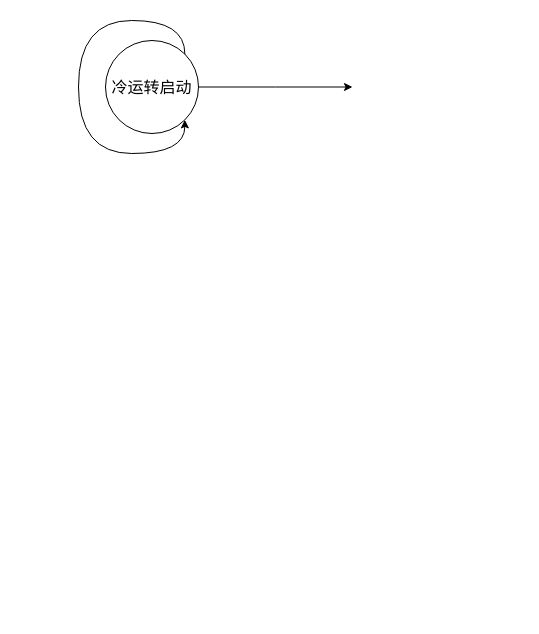
Earlier version of the draw.io diagram 状态转换.drawio (nianqingdeguowang/python). Source tidied: cells renumbered, new cells numbered last; positions are measured from the earlier drawing's top-left corner, leaving out a move shared by most shapes. Both pictures are drawn from the tidied source at 100%, with x=0, y=0 at pixel (78, 20).
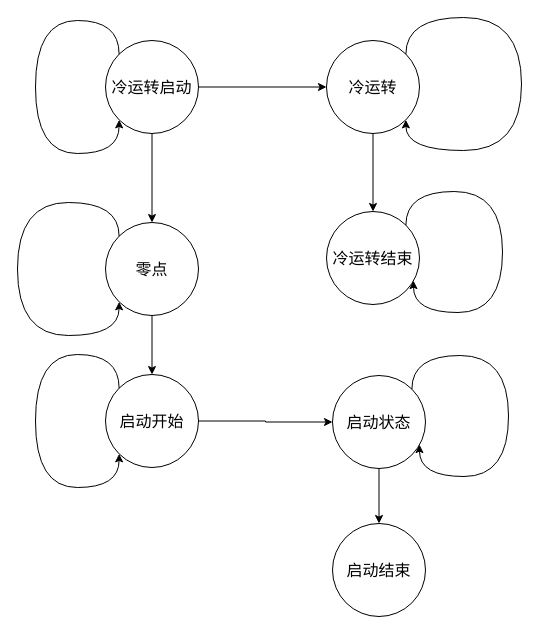
After the change.

Commit message:
更新状态转换.drawio

Unchanged cells that the change refers to:
```xml
<mxCell id="3" value="&lt;font style=&quot;font-size: 16px;&quot;&gt;冷运转启动&lt;/font&gt;" style="ellipse;whiteSpace=wrap;html=1;" parent="1" vertex="1">
  <mxGeometry x="27" y="20" width="93" height="93" as="geometry" />
</mxCell>
```

Diff of the diagram source:
```diff
@@
-    <mxCell id="2" style="edgeStyle=orthogonalEdgeStyle;rounded=0;jettySize=auto;html=1;exitX=1;exitY=0.5;exitDx=0;exitDy=0;" parent="1" edge="1" source="3">
-      <mxGeometry relative="1" as="geometry">
-        <mxPoint x="274" y="66.5" as="targetPoint" />
-      </mxGeometry>
+    <mxCell id="2" style="edgeStyle=orthogonalEdgeStyle;rounded=0;jettySize=auto;html=1;exitX=1;exitY=0.5;exitDx=0;exitDy=0;entryX=0;entryY=0.5;entryDx=0;entryDy=0;" parent="1" edge="1" source="3" target="6">
+      <mxGeometry relative="1" as="geometry" />
     </mxCell>
@@
+    <mxCell id="5" style="edgeStyle=orthogonalEdgeStyle;rounded=0;jettySize=auto;html=1;exitX=0.5;exitY=1;exitDx=0;exitDy=0;" parent="1" edge="1" source="6" target="8">
+      <mxGeometry relative="1" as="geometry" />
+    </mxCell>
+    <mxCell id="6" value="&lt;font style=&quot;font-size: 16px;&quot;&gt;冷运转&lt;/font&gt;" style="ellipse;whiteSpace=wrap;html=1;" parent="1" vertex="1">
+      <mxGeometry x="248" y="20" width="93" height="93" as="geometry" />
+    </mxCell>
+    <mxCell id="7" style="edgeStyle=orthogonalEdgeStyle;rounded=0;orthogonalLoop=1;jettySize=auto;html=1;exitX=1;exitY=0;exitDx=0;exitDy=0;entryX=1;entryY=1;entryDx=0;entryDy=0;curved=1;" parent="1" edge="1" source="6" target="6">
+      <mxGeometry relative="1" as="geometry">
+        <Array as="points">
+          <mxPoint x="327" y="-3" />
+          <mxPoint x="443" y="-3" />
+          <mxPoint x="443" y="130" />
+          <mxPoint x="327" y="130" />
+        </Array>
+      </mxGeometry>
+    </mxCell>
+    <mxCell id="8" value="&lt;font style=&quot;font-size: 16px;&quot;&gt;冷运转结束&lt;/font&gt;" style="ellipse;whiteSpace=wrap;html=1;" parent="1" vertex="1">
+      <mxGeometry x="248" y="191" width="93" height="93" as="geometry" />
+    </mxCell>
+    <mxCell id="9" style="edgeStyle=orthogonalEdgeStyle;rounded=0;orthogonalLoop=1;jettySize=auto;html=1;exitX=1;exitY=0;exitDx=0;exitDy=0;entryX=0.935;entryY=0.743;entryDx=0;entryDy=0;curved=1;entryPerimeter=0;" parent="1" edge="1" source="8" target="8">
+      <mxGeometry relative="1" as="geometry">
+        <Array as="points">
+          <mxPoint x="327" y="171" />
+          <mxPoint x="424" y="171" />
+          <mxPoint x="424" y="292" />
+          <mxPoint x="335" y="292" />
+        </Array>
+      </mxGeometry>
+    </mxCell>
+    <mxCell id="10" style="edgeStyle=orthogonalEdgeStyle;rounded=0;jettySize=auto;html=1;exitX=0.5;exitY=0;exitDx=0;exitDy=0;entryX=0.5;entryY=1;entryDx=0;entryDy=0;endArrow=none;endFill=0;startArrow=classic;startFill=1;" parent="1" edge="1" source="12" target="3">
+      <mxGeometry relative="1" as="geometry" />
+    </mxCell>
+    <mxCell id="11" style="edgeStyle=orthogonalEdgeStyle;rounded=0;jettySize=auto;html=1;exitX=0.5;exitY=1;exitDx=0;exitDy=0;" parent="1" edge="1" source="12" target="14">
+      <mxGeometry relative="1" as="geometry" />
+    </mxCell>
+    <mxCell id="12" value="&lt;font style=&quot;font-size: 16px;&quot;&gt;零点&lt;/font&gt;" style="ellipse;whiteSpace=wrap;html=1;" parent="1" vertex="1">
+      <mxGeometry x="27" y="202" width="93" height="93" as="geometry" />
+    </mxCell>
-    <mxCell id="4" style="edgeStyle=orthogonalEdgeStyle;rounded=0;orthogonalLoop=1;jettySize=auto;html=1;exitX=1;exitY=0;exitDx=0;exitDy=0;entryX=1;entryY=1;entryDx=0;entryDy=0;curved=1;" parent="1" edge="1" source="3" target="3">
+    <mxCell id="4" style="edgeStyle=orthogonalEdgeStyle;rounded=0;orthogonalLoop=1;jettySize=auto;html=1;exitX=0;exitY=0;exitDx=0;exitDy=0;entryX=0;entryY=1;entryDx=0;entryDy=0;curved=1;" parent="1" edge="1" source="3" target="3">
       <mxGeometry relative="1" as="geometry">
         <Array as="points">
-          <mxPoint x="106" />
-          <mxPoint />
-          <mxPoint y="133" />
-          <mxPoint x="106" y="133" />
+          <mxPoint x="41" />
+          <mxPoint x="-43" />
+          <mxPoint x="-43" y="133" />
+          <mxPoint x="41" y="133" />
         </Array>
       </mxGeometry>
     </mxCell>
+    <mxCell id="13" style="edgeStyle=orthogonalEdgeStyle;rounded=0;jettySize=auto;html=1;exitX=1;exitY=0.5;exitDx=0;exitDy=0;entryX=0;entryY=0.5;entryDx=0;entryDy=0;" parent="1" edge="1" source="14" target="18">
+      <mxGeometry relative="1" as="geometry" />
+    </mxCell>
+    <mxCell id="14" value="&lt;font style=&quot;font-size: 16px;&quot;&gt;启动开始&lt;/font&gt;" style="ellipse;whiteSpace=wrap;html=1;" parent="1" vertex="1">
+      <mxGeometry x="27" y="354" width="93" height="93" as="geometry" />
+    </mxCell>
+    <mxCell id="15" style="edgeStyle=orthogonalEdgeStyle;rounded=0;orthogonalLoop=1;jettySize=auto;html=1;exitX=0;exitY=0;exitDx=0;exitDy=0;entryX=0;entryY=1;entryDx=0;entryDy=0;curved=1;" parent="1" edge="1" source="14" target="14">
+      <mxGeometry relative="1" as="geometry">
+        <Array as="points">
+          <mxPoint x="41" y="334" />
+          <mxPoint x="-43" y="334" />
+          <mxPoint x="-43" y="467" />
+          <mxPoint x="41" y="467" />
+        </Array>
+      </mxGeometry>
+    </mxCell>
+    <mxCell id="16" style="edgeStyle=orthogonalEdgeStyle;rounded=0;orthogonalLoop=1;jettySize=auto;html=1;exitX=0;exitY=0;exitDx=0;exitDy=0;entryX=0;entryY=1;entryDx=0;entryDy=0;curved=1;" parent="1" edge="1" source="12" target="12">
+      <mxGeometry relative="1" as="geometry">
+        <Array as="points">
+          <mxPoint x="41" y="182" />
+          <mxPoint x="-61" y="182" />
+          <mxPoint x="-61" y="315" />
+          <mxPoint x="41" y="315" />
+        </Array>
+      </mxGeometry>
+    </mxCell>
+    <mxCell id="17" style="edgeStyle=orthogonalEdgeStyle;rounded=0;jettySize=auto;html=1;exitX=0.5;exitY=1;exitDx=0;exitDy=0;" parent="1" edge="1" source="18" target="20">
+      <mxGeometry relative="1" as="geometry" />
+    </mxCell>
+    <mxCell id="18" value="&lt;span style=&quot;font-size: 16px;&quot;&gt;启动状态&lt;/span&gt;" style="ellipse;whiteSpace=wrap;html=1;" parent="1" vertex="1">
+      <mxGeometry x="254" y="355" width="93" height="93" as="geometry" />
+    </mxCell>
+    <mxCell id="19" style="edgeStyle=orthogonalEdgeStyle;rounded=0;orthogonalLoop=1;jettySize=auto;html=1;exitX=1;exitY=0;exitDx=0;exitDy=0;entryX=0.935;entryY=0.743;entryDx=0;entryDy=0;curved=1;entryPerimeter=0;" parent="1" edge="1" source="18" target="18">
+      <mxGeometry relative="1" as="geometry">
+        <Array as="points">
+          <mxPoint x="333" y="335" />
+          <mxPoint x="430" y="335" />
+          <mxPoint x="430" y="456" />
+          <mxPoint x="341" y="456" />
+        </Array>
+      </mxGeometry>
+    </mxCell>
+    <mxCell id="20" value="&lt;span style=&quot;font-size: 16px;&quot;&gt;启动结束&lt;/span&gt;" style="ellipse;whiteSpace=wrap;html=1;" parent="1" vertex="1">
+      <mxGeometry x="254" y="503" width="93" height="93" as="geometry" />
+    </mxCell>
```
